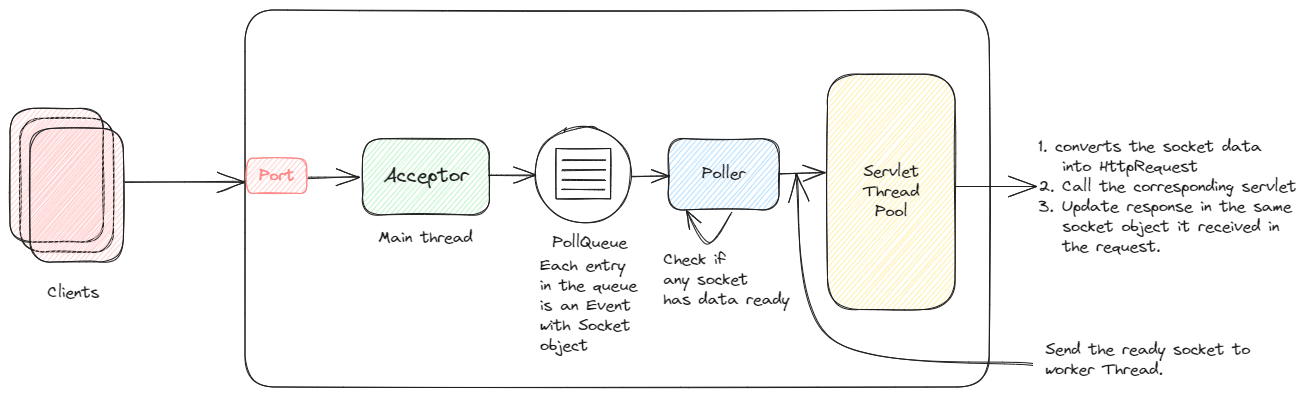
swaroopar/inprogress-engineer keeps this Excalidraw diagram as static/img/nio.excalidraw.png. Above is the earlier version. Source tidied: one line per element, renumbered; positions are measured from the earlier drawing's top-left corner, leaving out a move shared by most shapes. Source of this version:
```json
{"id": 0, "type": "rectangle", "strokeColor": "#1e1e1e", "strokeWidth": 1, "roughness": 1, "round": true, "x": 235, "y": 0, "width": 744, "height": 377}
{"id": 1, "type": "rectangle", "strokeColor": "#1e1e1e", "backgroundColor": "#b2f2bb", "fillStyle": "hachure", "strokeWidth": 1, "roughness": 1, "round": true, "x": 353, "y": 129, "width": 127, "height": 76}
{"id": 2, "type": "text", "text": "Acceptor", "strokeColor": "#1e1e1e", "strokeWidth": 2, "roughness": 1, "fontSize": 20, "fontFamily": 1, "textAlign": "center", "verticalAlign": "middle", "inside": 1, "x": 373, "y": 154, "width": 85, "height": 25}
{"id": 3, "type": "arrow", "strokeColor": "#1e1e1e", "strokeWidth": 1, "roughness": 1, "startArrowhead": "arrow", "round": true, "from": 1, "x": 348, "y": 167, "width": 50, "height": 0, "points": [[0, 0], [-50, 0]]}
{"id": 4, "type": "rectangle", "strokeColor": "#ff8787", "backgroundColor": "#ffc9c9", "fillStyle": "hachure", "strokeWidth": 1, "roughness": 1, "round": true, "x": 237, "y": 148, "width": 60, "height": 35}
{"id": 5, "type": "text", "text": "Port", "strokeColor": "#ff8787", "strokeWidth": 2, "roughness": 1, "fontSize": 16, "fontFamily": 1, "textAlign": "center", "verticalAlign": "middle", "inside": 4, "x": 249, "y": 156, "width": 35, "height": 20}
{"id": 6, "type": "ellipse", "strokeColor": "#1e1e1e", "strokeWidth": 1, "roughness": 1, "round": true, "x": 525, "y": 116, "width": 96, "height": 96}
{"id": 7, "type": "rectangle", "strokeColor": "#1e1e1e", "strokeWidth": 1, "roughness": 1, "x": 546, "y": 138, "width": 55, "height": 50}
{"id": 8, "type": "line", "strokeColor": "#1e1e1e", "strokeWidth": 1, "roughness": 1, "round": true, "x": 552, "y": 150, "width": 44, "height": 0, "points": [[0, 0], [44, 0]]}
{"id": 9, "type": "line", "strokeColor": "#1e1e1e", "strokeWidth": 1, "roughness": 1, "round": true, "x": 552, "y": 160, "width": 44, "height": 0, "points": [[0, 0], [44, 0]]}
{"id": 10, "type": "line", "strokeColor": "#1e1e1e", "strokeWidth": 1, "roughness": 1, "round": true, "x": 552, "y": 170, "width": 44, "height": 0, "points": [[0, 0], [44, 0]]}
{"id": 11, "type": "line", "strokeColor": "#1e1e1e", "strokeWidth": 1, "roughness": 1, "round": true, "x": 552, "y": 180, "width": 44, "height": 0, "points": [[0, 0], [44, 0]]}
{"id": 12, "type": "text", "text": "PollQueue", "strokeColor": "#1e1e1e", "strokeWidth": 1, "roughness": 1, "fontSize": 16, "fontFamily": 1, "x": 542, "y": 223, "width": 75, "height": 20}
{"id": 13, "type": "rectangle", "strokeColor": "#1e1e1e", "backgroundColor": "#a5d8ff", "fillStyle": "hachure", "strokeWidth": 1, "roughness": 1, "round": true, "x": 658, "y": 129, "width": 111, "height": 71}
{"id": 14, "type": "text", "text": "Poller", "strokeColor": "#1e1e1e", "strokeWidth": 2, "roughness": 1, "fontSize": 16, "fontFamily": 1, "textAlign": "center", "verticalAlign": "middle", "inside": 13, "x": 692, "y": 154, "width": 43, "height": 20}
{"id": 15, "type": "rectangle", "strokeColor": "#1e1e1e", "backgroundColor": "#ffec99", "fillStyle": "hachure", "strokeWidth": 1, "roughness": 1, "round": true, "x": 817, "y": 64, "width": 128, "height": 235}
{"id": 16, "type": "text", "text": "Servlet\nThread\nPool", "strokeColor": "#1e1e1e", "strokeWidth": 2, "roughness": 1, "fontSize": 16, "fontFamily": 1, "textAlign": "center", "verticalAlign": "middle", "inside": 15, "x": 853, "y": 152, "width": 56, "height": 60}
{"id": 17, "type": "arrow", "strokeColor": "#1e1e1e", "strokeWidth": 1, "roughness": 1, "endArrowhead": "arrow", "round": true, "from": 13, "to": 13, "x": 721, "y": 203, "width": 44, "height": 32, "points": [[0, 0], [-22, 30], [-44, -2]]}
{"id": 18, "type": "text", "text": "Check if \nany socket \nhas data ready", "strokeColor": "#1e1e1e", "strokeWidth": 1, "roughness": 1, "fontSize": 16, "fontFamily": 1, "x": 653, "y": 240, "width": 126, "height": 60}
{"id": 19, "type": "arrow", "strokeColor": "#1e1e1e", "strokeWidth": 1, "roughness": 1, "endArrowhead": "arrow", "round": true, "x": 478, "y": 165, "width": 48, "height": 0, "points": [[0, 0], [48, 0]]}
{"id": 20, "type": "arrow", "strokeColor": "#1e1e1e", "strokeWidth": 1, "roughness": 1, "endArrowhead": "arrow", "round": true, "from": 6, "x": 622, "y": 167, "width": 38, "height": 1, "points": [[0, 0], [38, -1]]}
{"id": 21, "type": "arrow", "strokeColor": "#1e1e1e", "strokeWidth": 1, "roughness": 1, "endArrowhead": "arrow", "round": true, "to": 15, "x": 768, "y": 164, "width": 48, "height": 1, "points": [[0, 0], [48, -1]]}
{"id": 22, "type": "text", "text": "Main thread", "strokeColor": "#1e1e1e", "strokeWidth": 1, "roughness": 1, "fontSize": 16, "fontFamily": 1, "x": 368, "y": 218, "width": 94, "height": 20}
{"id": 23, "type": "text", "text": "Each entry \nin the queue \nis an Event \nwith Socket\nobject", "strokeColor": "#1e1e1e", "strokeWidth": 1, "roughness": 1, "fontSize": 16, "fontFamily": 1, "x": 530, "y": 246, "width": 105, "height": 100}
{"id": 24, "type": "rectangle", "strokeColor": "#1e1e1e", "backgroundColor": "#ffc9c9", "fillStyle": "hachure", "strokeWidth": 1, "roughness": 1, "round": true, "x": 10, "y": 108, "width": 93, "height": 134}
{"id": 25, "type": "text", "text": "Clients", "strokeColor": "#1e1e1e", "strokeWidth": 1, "roughness": 1, "fontSize": 16, "fontFamily": 1, "x": 37, "y": 273, "width": 52, "height": 20}
{"id": 26, "type": "arrow", "strokeColor": "#1e1e1e", "backgroundColor": "#ffc9c9", "fillStyle": "hachure", "strokeWidth": 1, "roughness": 1, "endArrowhead": "arrow", "round": true, "x": 114, "y": 172, "width": 120, "height": 0, "points": [[0, 0], [120, 0]]}
{"id": 27, "type": "rectangle", "strokeColor": "#1e1e1e", "backgroundColor": "#ffc9c9", "fillStyle": "hachure", "strokeWidth": 1, "roughness": 1, "round": true, "x": 0, "y": 98, "width": 93, "height": 134}
{"id": 28, "type": "rectangle", "strokeColor": "#1e1e1e", "backgroundColor": "#ffc9c9", "fillStyle": "hachure", "strokeWidth": 1, "roughness": 1, "round": true, "x": 20, "y": 118, "width": 93, "height": 134}
{"id": 29, "type": "arrow", "strokeColor": "#1e1e1e", "backgroundColor": "#ffec99", "fillStyle": "hachure", "strokeWidth": 1, "roughness": 1, "startArrowhead": "arrow", "round": true, "from": 15, "to": 30, "x": 787, "y": 163, "width": 236, "height": 192, "points": [[0, 0], [33, 164], [236, 192]]}
{"id": 30, "type": "text", "text": "Send the ready socket to \nworker Thread. ", "strokeColor": "#1e1e1e", "backgroundColor": "#ffec99", "fillStyle": "hachure", "strokeWidth": 1, "roughness": 1, "fontSize": 16, "fontFamily": 1, "x": 1035, "y": 330, "width": 213, "height": 40}
{"id": 31, "type": "text", "text": "1. converts the socket data \n   into HttpRequest\n2. Call the corresponding servlet\n3. Update response in the same \n   socket object it received in \n   the request.", "strokeColor": "#1e1e1e", "backgroundColor": "#ffec99", "fillStyle": "hachure", "strokeWidth": 1, "roughness": 1, "fontSize": 16, "fontFamily": 1, "x": 1028, "y": 127, "width": 261, "height": 120}
{"id": 32, "type": "arrow", "strokeColor": "#1e1e1e", "backgroundColor": "#ffec99", "fillStyle": "hachure", "strokeWidth": 1, "roughness": 0, "startArrowhead": "arrow", "round": true, "x": 1027, "y": 177, "width": 82, "height": 0, "points": [[0, 0], [-82, 0]]}
```
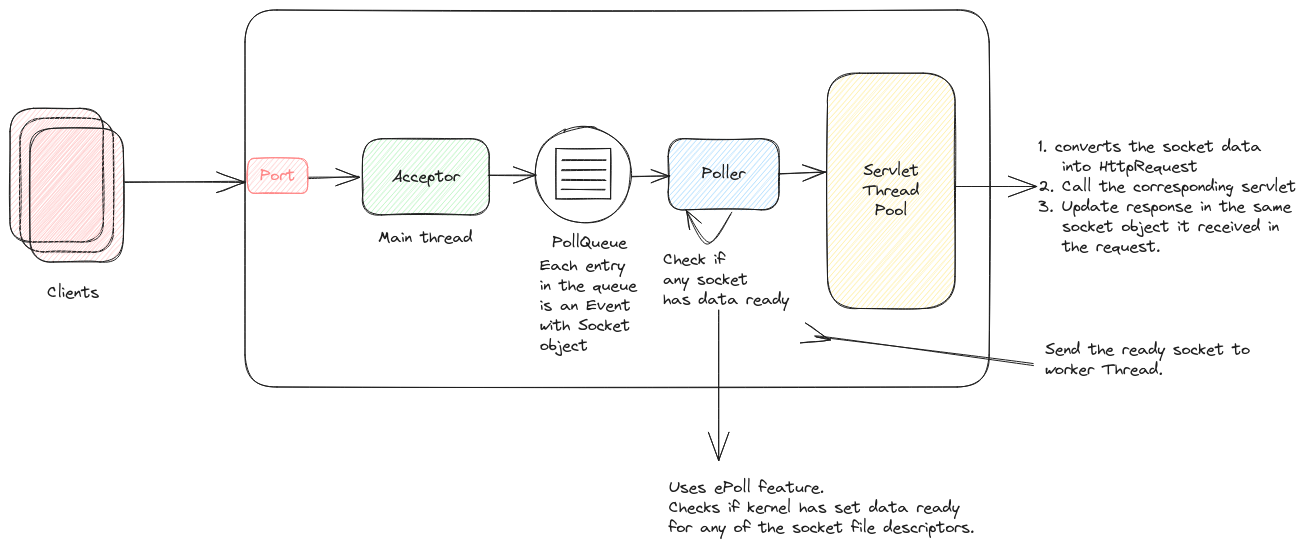
After the change.

The edit, as a diff of the source:
```diff
@@ -1,9 +1,9 @@
 {"id": 0, "type": "rectangle", "strokeColor": "#1e1e1e", "strokeWidth": 1, "roughness": 1, "round": true, "x": 235, "y": 0, "width": 744, "height": 377}
 {"id": 1, "type": "rectangle", "strokeColor": "#1e1e1e", "backgroundColor": "#b2f2bb", "fillStyle": "hachure", "strokeWidth": 1, "roughness": 1, "round": true, "x": 353, "y": 129, "width": 127, "height": 76}
-{"id": 2, "type": "text", "text": "Acceptor", "strokeColor": "#1e1e1e", "strokeWidth": 2, "roughness": 1, "fontSize": 20, "fontFamily": 1, "textAlign": "center", "verticalAlign": "middle", "inside": 1, "x": 373, "y": 154, "width": 85, "height": 25}
+{"id": 2, "type": "text", "text": "Acceptor", "strokeColor": "#1e1e1e", "strokeWidth": 2, "roughness": 1, "fontSize": 16, "fontFamily": 1, "textAlign": "center", "verticalAlign": "middle", "inside": 1, "x": 382, "y": 157, "width": 68, "height": 20}
-{"id": 3, "type": "arrow", "strokeColor": "#1e1e1e", "strokeWidth": 1, "roughness": 1, "startArrowhead": "arrow", "round": true, "from": 1, "x": 348, "y": 167, "width": 50, "height": 0, "points": [[0, 0], [-50, 0]]}
+{"id": 3, "type": "arrow", "strokeColor": "#1e1e1e", "strokeWidth": 1, "roughness": 1, "startArrowhead": "arrow", "round": true, "from": 1, "to": 4, "x": 348, "y": 167, "width": 50, "height": 0, "points": [[0, 0], [-50, 0]]}
-{"id": 4, "type": "rectangle", "strokeColor": "#ff8787", "backgroundColor": "#ffc9c9", "fillStyle": "hachure", "strokeWidth": 1, "roughness": 1, "round": true, "x": 237, "y": 148, "width": 60, "height": 35}
+{"id": 4, "type": "rectangle", "strokeColor": "#ff8787", "backgroundColor": "#ffc9c9", "fillStyle": "hachure", "strokeWidth": 1, "roughness": 1, "round": true, "x": 238, "y": 148, "width": 60, "height": 35}
-{"id": 5, "type": "text", "text": "Port", "strokeColor": "#ff8787", "strokeWidth": 2, "roughness": 1, "fontSize": 16, "fontFamily": 1, "textAlign": "center", "verticalAlign": "middle", "inside": 4, "x": 249, "y": 156, "width": 35, "height": 20}
+{"id": 5, "type": "text", "text": "Port", "strokeColor": "#ff8787", "strokeWidth": 2, "roughness": 1, "fontSize": 16, "fontFamily": 1, "textAlign": "center", "verticalAlign": "middle", "inside": 4, "x": 250, "y": 156, "width": 35, "height": 20}
 {"id": 6, "type": "ellipse", "strokeColor": "#1e1e1e", "strokeWidth": 1, "roughness": 1, "round": true, "x": 525, "y": 116, "width": 96, "height": 96}
 {"id": 7, "type": "rectangle", "strokeColor": "#1e1e1e", "strokeWidth": 1, "roughness": 1, "x": 546, "y": 138, "width": 55, "height": 50}
 {"id": 8, "type": "line", "strokeColor": "#1e1e1e", "strokeWidth": 1, "roughness": 1, "round": true, "x": 552, "y": 150, "width": 44, "height": 0, "points": [[0, 0], [44, 0]]}
@@ -13,21 +13,23 @@
 {"id": 12, "type": "text", "text": "PollQueue", "strokeColor": "#1e1e1e", "strokeWidth": 1, "roughness": 1, "fontSize": 16, "fontFamily": 1, "x": 542, "y": 223, "width": 75, "height": 20}
 {"id": 13, "type": "rectangle", "strokeColor": "#1e1e1e", "backgroundColor": "#a5d8ff", "fillStyle": "hachure", "strokeWidth": 1, "roughness": 1, "round": true, "x": 658, "y": 129, "width": 111, "height": 71}
 {"id": 14, "type": "text", "text": "Poller", "strokeColor": "#1e1e1e", "strokeWidth": 2, "roughness": 1, "fontSize": 16, "fontFamily": 1, "textAlign": "center", "verticalAlign": "middle", "inside": 13, "x": 692, "y": 154, "width": 43, "height": 20}
-{"id": 15, "type": "rectangle", "strokeColor": "#1e1e1e", "backgroundColor": "#ffec99", "fillStyle": "hachure", "strokeWidth": 1, "roughness": 1, "round": true, "x": 817, "y": 64, "width": 128, "height": 235}
+{"id": 15, "type": "rectangle", "strokeColor": "#1e1e1e", "backgroundColor": "#ffec99", "fillStyle": "hachure", "strokeWidth": 1, "roughness": 1, "round": true, "x": 817, "y": 63, "width": 128, "height": 235}
-{"id": 16, "type": "text", "text": "Servlet\nThread\nPool", "strokeColor": "#1e1e1e", "strokeWidth": 2, "roughness": 1, "fontSize": 16, "fontFamily": 1, "textAlign": "center", "verticalAlign": "middle", "inside": 15, "x": 853, "y": 152, "width": 56, "height": 60}
+{"id": 16, "type": "text", "text": "Servlet\nThread\nPool", "strokeColor": "#1e1e1e", "strokeWidth": 2, "roughness": 1, "fontSize": 16, "fontFamily": 1, "textAlign": "center", "verticalAlign": "middle", "inside": 15, "x": 853, "y": 151, "width": 56, "height": 60}
 {"id": 17, "type": "arrow", "strokeColor": "#1e1e1e", "strokeWidth": 1, "roughness": 1, "endArrowhead": "arrow", "round": true, "from": 13, "to": 13, "x": 721, "y": 203, "width": 44, "height": 32, "points": [[0, 0], [-22, 30], [-44, -2]]}
 {"id": 18, "type": "text", "text": "Check if \nany socket \nhas data ready", "strokeColor": "#1e1e1e", "strokeWidth": 1, "roughness": 1, "fontSize": 16, "fontFamily": 1, "x": 653, "y": 240, "width": 126, "height": 60}
 {"id": 19, "type": "arrow", "strokeColor": "#1e1e1e", "strokeWidth": 1, "roughness": 1, "endArrowhead": "arrow", "round": true, "x": 478, "y": 165, "width": 48, "height": 0, "points": [[0, 0], [48, 0]]}
 {"id": 20, "type": "arrow", "strokeColor": "#1e1e1e", "strokeWidth": 1, "roughness": 1, "endArrowhead": "arrow", "round": true, "from": 6, "x": 622, "y": 167, "width": 38, "height": 1, "points": [[0, 0], [38, -1]]}
-{"id": 21, "type": "arrow", "strokeColor": "#1e1e1e", "strokeWidth": 1, "roughness": 1, "endArrowhead": "arrow", "round": true, "to": 15, "x": 768, "y": 164, "width": 48, "height": 1, "points": [[0, 0], [48, -1]]}
+{"id": 21, "type": "arrow", "strokeColor": "#1e1e1e", "strokeWidth": 1, "roughness": 1, "endArrowhead": "arrow", "round": true, "to": 15, "x": 768, "y": 164, "width": 48, "height": 2, "points": [[0, 0], [48, -2]]}
 {"id": 22, "type": "text", "text": "Main thread", "strokeColor": "#1e1e1e", "strokeWidth": 1, "roughness": 1, "fontSize": 16, "fontFamily": 1, "x": 368, "y": 218, "width": 94, "height": 20}
 {"id": 23, "type": "text", "text": "Each entry \nin the queue \nis an Event \nwith Socket\nobject", "strokeColor": "#1e1e1e", "strokeWidth": 1, "roughness": 1, "fontSize": 16, "fontFamily": 1, "x": 530, "y": 246, "width": 105, "height": 100}
 {"id": 24, "type": "rectangle", "strokeColor": "#1e1e1e", "backgroundColor": "#ffc9c9", "fillStyle": "hachure", "strokeWidth": 1, "roughness": 1, "round": true, "x": 10, "y": 108, "width": 93, "height": 134}
 {"id": 25, "type": "text", "text": "Clients", "strokeColor": "#1e1e1e", "strokeWidth": 1, "roughness": 1, "fontSize": 16, "fontFamily": 1, "x": 37, "y": 273, "width": 52, "height": 20}
-{"id": 26, "type": "arrow", "strokeColor": "#1e1e1e", "backgroundColor": "#ffc9c9", "fillStyle": "hachure", "strokeWidth": 1, "roughness": 1, "endArrowhead": "arrow", "round": true, "x": 114, "y": 172, "width": 120, "height": 0, "points": [[0, 0], [120, 0]]}
+{"id": 26, "type": "arrow", "strokeColor": "#1e1e1e", "backgroundColor": "#ffc9c9", "fillStyle": "hachure", "strokeWidth": 1, "roughness": 1, "endArrowhead": "arrow", "round": true, "to": 4, "x": 114, "y": 172, "width": 120, "height": 0, "points": [[0, 0], [120, 0]]}
 {"id": 27, "type": "rectangle", "strokeColor": "#1e1e1e", "backgroundColor": "#ffc9c9", "fillStyle": "hachure", "strokeWidth": 1, "roughness": 1, "round": true, "x": 0, "y": 98, "width": 93, "height": 134}
 {"id": 28, "type": "rectangle", "strokeColor": "#1e1e1e", "backgroundColor": "#ffc9c9", "fillStyle": "hachure", "strokeWidth": 1, "roughness": 1, "round": true, "x": 20, "y": 118, "width": 93, "height": 134}
-{"id": 29, "type": "arrow", "strokeColor": "#1e1e1e", "backgroundColor": "#ffec99", "fillStyle": "hachure", "strokeWidth": 1, "roughness": 1, "startArrowhead": "arrow", "round": true, "from": 15, "to": 30, "x": 787, "y": 163, "width": 236, "height": 192, "points": [[0, 0], [33, 164], [236, 192]]}
+{"id": 29, "type": "arrow", "strokeColor": "#1e1e1e", "backgroundColor": "#ffec99", "fillStyle": "hachure", "strokeWidth": 1, "roughness": 1, "startArrowhead": "arrow", "round": true, "from": 15, "to": 30, "x": 820, "y": 329, "width": 202, "height": 27, "points": [[0, 0], [0, -1], [202, 26]]}
 {"id": 30, "type": "text", "text": "Send the ready socket to \nworker Thread. ", "strokeColor": "#1e1e1e", "backgroundColor": "#ffec99", "fillStyle": "hachure", "strokeWidth": 1, "roughness": 1, "fontSize": 16, "fontFamily": 1, "x": 1035, "y": 330, "width": 213, "height": 40}
 {"id": 31, "type": "text", "text": "1. converts the socket data \n   into HttpRequest\n2. Call the corresponding servlet\n3. Update response in the same \n   socket object it received in \n   the request.", "strokeColor": "#1e1e1e", "backgroundColor": "#ffec99", "fillStyle": "hachure", "strokeWidth": 1, "roughness": 1, "fontSize": 16, "fontFamily": 1, "x": 1028, "y": 127, "width": 261, "height": 120}
-{"id": 32, "type": "arrow", "strokeColor": "#1e1e1e", "backgroundColor": "#ffec99", "fillStyle": "hachure", "strokeWidth": 1, "roughness": 0, "startArrowhead": "arrow", "round": true, "x": 1027, "y": 177, "width": 82, "height": 0, "points": [[0, 0], [-82, 0]]}
+{"id": 32, "type": "arrow", "strokeColor": "#1e1e1e", "backgroundColor": "#ffec99", "fillStyle": "hachure", "strokeWidth": 1, "roughness": 0, "startArrowhead": "arrow", "round": true, "to": 15, "x": 1027, "y": 177, "width": 82, "height": 0, "points": [[0, 0], [-82, 0]]}
+{"id": 33, "type": "arrow", "strokeColor": "#1e1e1e", "strokeWidth": 1, "roughness": 0, "endArrowhead": "arrow", "round": true, "x": 709, "y": 300, "width": 0, "height": 150, "points": [[0, 0], [0, 150]]}
+{"id": 34, "type": "text", "text": "Uses ePoll feature. \nChecks if kernel has set data ready \nfor any of the socket file descriptors.", "strokeColor": "#1e1e1e", "strokeWidth": 1, "roughness": 0, "fontSize": 16, "fontFamily": 1, "x": 659, "y": 468, "width": 306, "height": 60}
```
